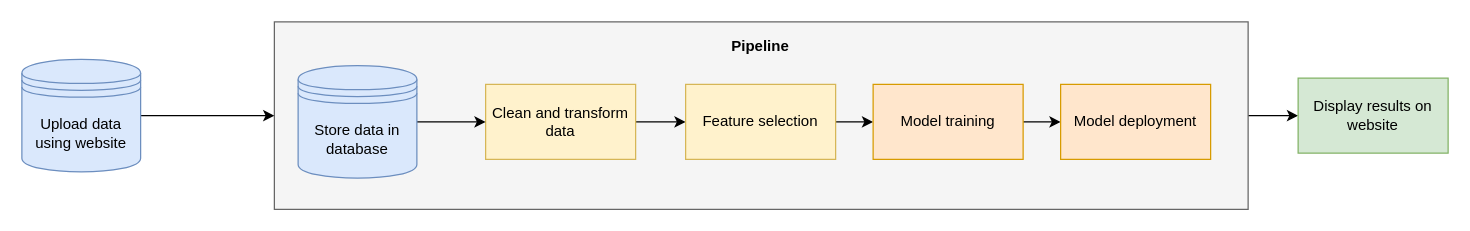
Before: Diagrams/customer_flow/customer_flow_v01.drawio in bmaelum/ml_pipeline, a draw.io diagram. Source tidied: cells renumbered, new cells numbered last; positions are measured from the earlier drawing's top-left corner, leaving out a move shared by most shapes. Both pictures are drawn from the tidied source at 125%, with x=0, y=0 at pixel (21, 21).
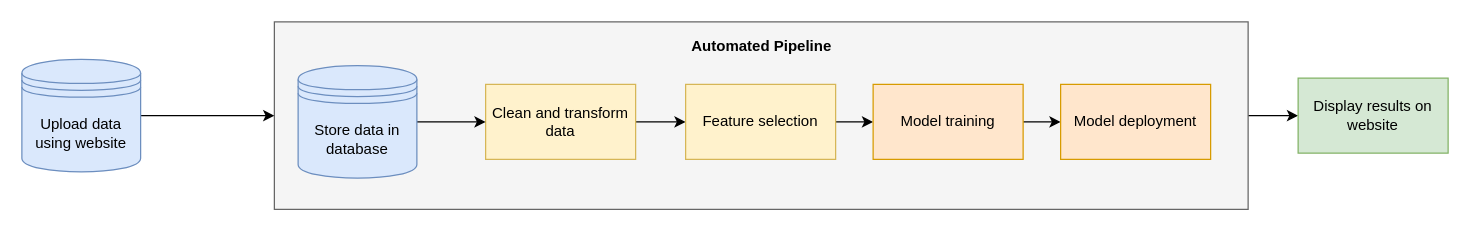
The same page after the edit.

Commit message (it also covers changes not shown here):
Updated customer flow diagram

The edit, as a diff of the source:
```diff
@@
 <mxGraphModel>
   <root>
     <mxCell id="0" />
     <mxCell id="1" parent="0" />
     <mxCell id="2" style="edgeStyle=orthogonalEdgeStyle;rounded=0;jettySize=auto;html=1;exitX=1;exitY=0.5;exitDx=0;exitDy=0;entryX=0;entryY=0.5;entryDx=0;entryDy=0;" parent="1" edge="1" source="3" target="11">
       <mxGeometry relative="1" as="geometry" />
     </mxCell>
     <mxCell id="3" style="rounded=0;whiteSpace=wrap;html=1;fillColor=#f5f5f5;strokeColor=#666666;fontColor=#333333;" parent="1" vertex="1">
       <mxGeometry x="202" width="779" height="150" as="geometry" />
     </mxCell>
     <mxCell id="4" style="edgeStyle=orthogonalEdgeStyle;rounded=0;jettySize=auto;html=1;" parent="1" edge="1" source="5" target="7">
       <mxGeometry relative="1" as="geometry" />
     </mxCell>
     <mxCell id="5" value="Clean and transform data" style="rounded=0;whiteSpace=wrap;html=1;fillColor=#fff2cc;strokeColor=#d6b656;" parent="1" vertex="1">
       <mxGeometry x="371" y="50" width="120" height="60" as="geometry" />
     </mxCell>
     <mxCell id="6" style="edgeStyle=orthogonalEdgeStyle;rounded=0;jettySize=auto;html=1;" parent="1" edge="1" source="7" target="9">
       <mxGeometry relative="1" as="geometry" />
     </mxCell>
     <mxCell id="7" value="Feature selection" style="rounded=0;whiteSpace=wrap;html=1;fillColor=#fff2cc;strokeColor=#d6b656;" parent="1" vertex="1">
       <mxGeometry x="531" y="50" width="120" height="60" as="geometry" />
     </mxCell>
     <mxCell id="8" style="edgeStyle=orthogonalEdgeStyle;rounded=0;jettySize=auto;html=1;" parent="1" edge="1" source="9" target="10">
       <mxGeometry relative="1" as="geometry" />
     </mxCell>
     <mxCell id="9" value="Model training" style="rounded=0;whiteSpace=wrap;html=1;fillColor=#ffe6cc;strokeColor=#d79b00;" parent="1" vertex="1">
       <mxGeometry x="681" y="50" width="120" height="60" as="geometry" />
     </mxCell>
     <mxCell id="10" value="Model deployment" style="rounded=0;whiteSpace=wrap;html=1;fillColor=#ffe6cc;strokeColor=#d79b00;" parent="1" vertex="1">
       <mxGeometry x="831" y="50" width="120" height="60" as="geometry" />
     </mxCell>
     <mxCell id="11" value="Display results on website" style="rounded=0;whiteSpace=wrap;html=1;fillColor=#d5e8d4;strokeColor=#82b366;" parent="1" vertex="1">
       <mxGeometry x="1021" y="45" width="120" height="60" as="geometry" />
     </mxCell>
-    <mxCell id="12" value="&lt;b&gt;Pipeline&lt;/b&gt;" style="text;html=1;strokeColor=none;fillColor=none;align=center;verticalAlign=middle;whiteSpace=wrap;rounded=0;" parent="1" vertex="1">
-      <mxGeometry x="571" y="10" width="40" height="20" as="geometry" />
+    <mxCell id="12" value="&lt;b&gt;Automated Pipeline&lt;/b&gt;" style="text;html=1;strokeColor=none;fillColor=none;align=center;verticalAlign=middle;whiteSpace=wrap;rounded=0;" parent="1" vertex="1">
+      <mxGeometry x="531.5" y="10" width="120" height="20" as="geometry" />
     </mxCell>
     <mxCell id="13" style="edgeStyle=orthogonalEdgeStyle;rounded=0;jettySize=auto;html=1;exitX=1;exitY=0.5;exitDx=0;exitDy=0;entryX=0;entryY=0.5;entryDx=0;entryDy=0;" parent="1" edge="1" source="14" target="3">
       <mxGeometry relative="1" as="geometry" />
     </mxCell>
     <mxCell id="14" value="Upload data using website" style="shape=datastore;whiteSpace=wrap;html=1;fillColor=#dae8fc;strokeColor=#6c8ebf;" parent="1" vertex="1">
       <mxGeometry y="30" width="95" height="90" as="geometry" />
     </mxCell>
     <mxCell id="15" style="edgeStyle=orthogonalEdgeStyle;rounded=0;jettySize=auto;html=1;exitX=1;exitY=0.5;exitDx=0;exitDy=0;entryX=0;entryY=0.5;entryDx=0;entryDy=0;" parent="1" edge="1" source="16" target="5">
       <mxGeometry relative="1" as="geometry" />
     </mxCell>
     <mxCell id="16" value="Store data in database" style="shape=datastore;whiteSpace=wrap;html=1;fillColor=#dae8fc;strokeColor=#6c8ebf;" parent="1" vertex="1">
       <mxGeometry x="221" y="35" width="95" height="90" as="geometry" />
     </mxCell>
   </root>
 </mxGraphModel>
```
